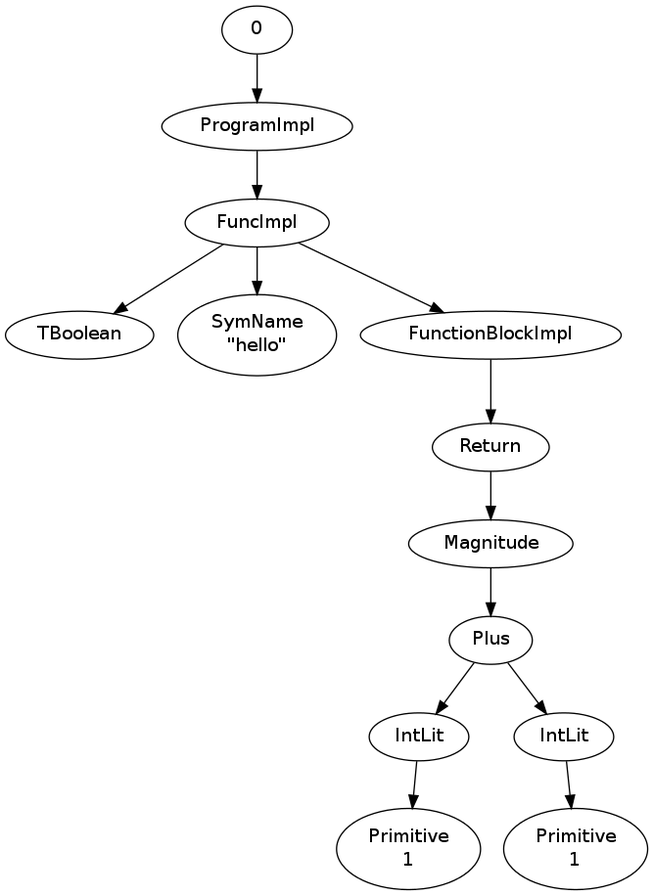
Earlier version of the Graphviz export test.good.png (PlumpMath/Compiler). Its source is kept beside it as test.dot.
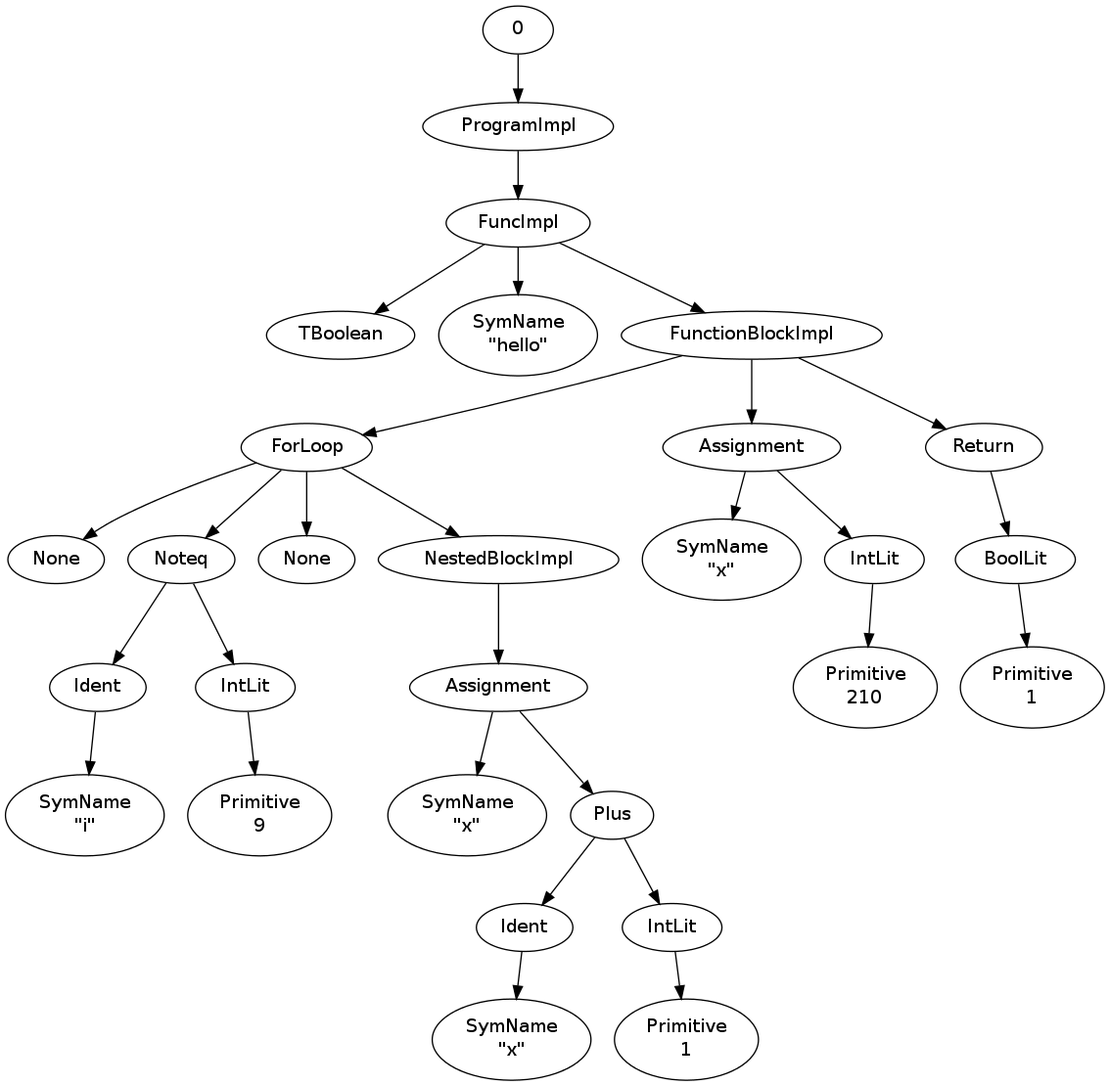
After the change.

Change to the diagram source:
```diff
@@ -10,17 +10,49 @@
 "2" -> "5"
 "5" [label="FunctionBlockImpl"]
 "5" -> "6"
-"6" [label="Return"]
+"6" [label="ForLoop"]
 "6" -> "7"
-"7" [label="Magnitude"]
-"7" -> "8"
-"8" [label="Plus"]
+"7" [label="None"]
+"6" -> "8"
+"8" [label="Noteq"]
 "8" -> "9"
-"9" [label="IntLit"]
+"9" [label="Ident"]
 "9" -> "10"
-"10" [label="Primitive\n1"]
+"10" [label="SymName\n\"i\""]
 "8" -> "11"
 "11" [label="IntLit"]
 "11" -> "12"
-"12" [label="Primitive\n1"]
+"12" [label="Primitive\n9"]
+"6" -> "13"
+"13" [label="None"]
+"6" -> "14"
+"14" [label="NestedBlockImpl"]
+"14" -> "15"
+"15" [label="Assignment"]
+"15" -> "16"
+"16" [label="SymName\n\"x\""]
+"15" -> "17"
+"17" [label="Plus"]
+"17" -> "18"
+"18" [label="Ident"]
+"18" -> "19"
+"19" [label="SymName\n\"x\""]
+"17" -> "20"
+"20" [label="IntLit"]
+"20" -> "21"
+"21" [label="Primitive\n1"]
+"5" -> "22"
+"22" [label="Assignment"]
+"22" -> "23"
+"23" [label="SymName\n\"x\""]
+"22" -> "24"
+"24" [label="IntLit"]
+"24" -> "25"
+"25" [label="Primitive\n210"]
+"5" -> "26"
+"26" [label="Return"]
+"26" -> "27"
+"27" [label="BoolLit"]
+"27" -> "28"
+"28" [label="Primitive\n1"]
 };
```
